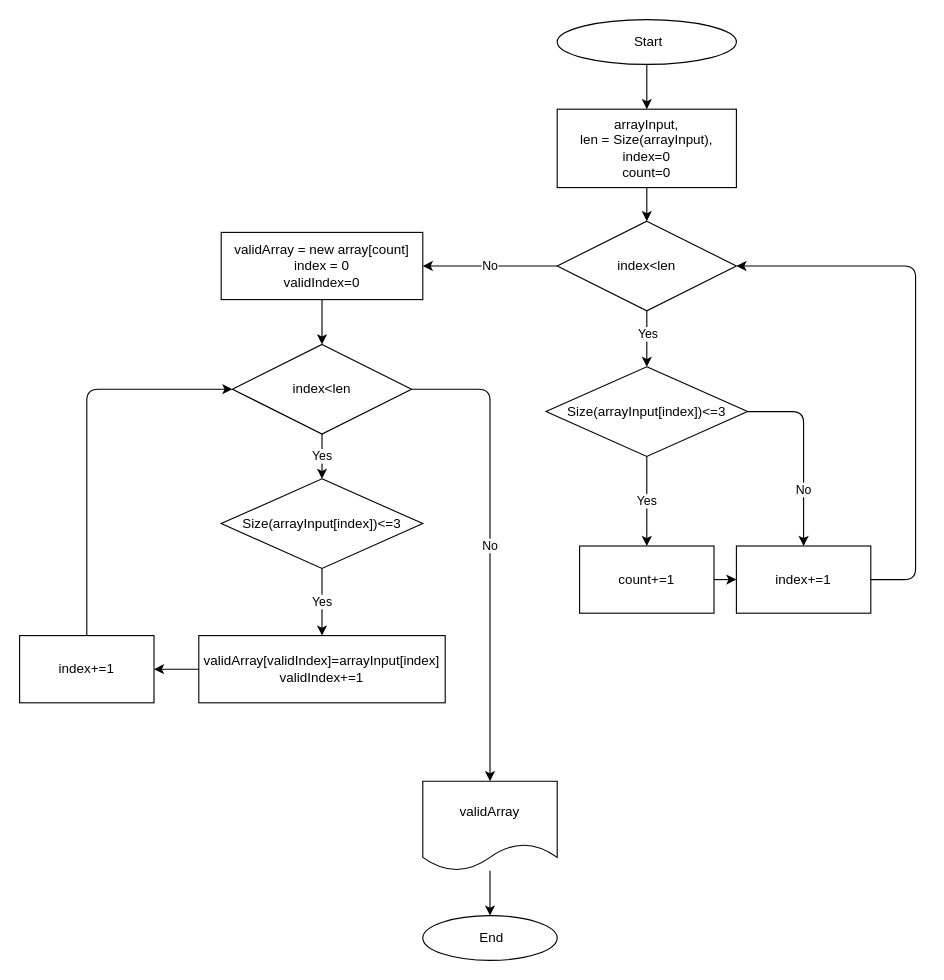
The draw.io diagram aI.drawio in AndreiFAS/Control-Work, before the edit. Source tidied: cells renumbered, new cells numbered last; positions are measured from the earlier drawing's top-left corner, leaving out a move shared by most shapes. Both pictures are drawn from the tidied source at 112%, with x=0, y=0 at pixel (19, 19).
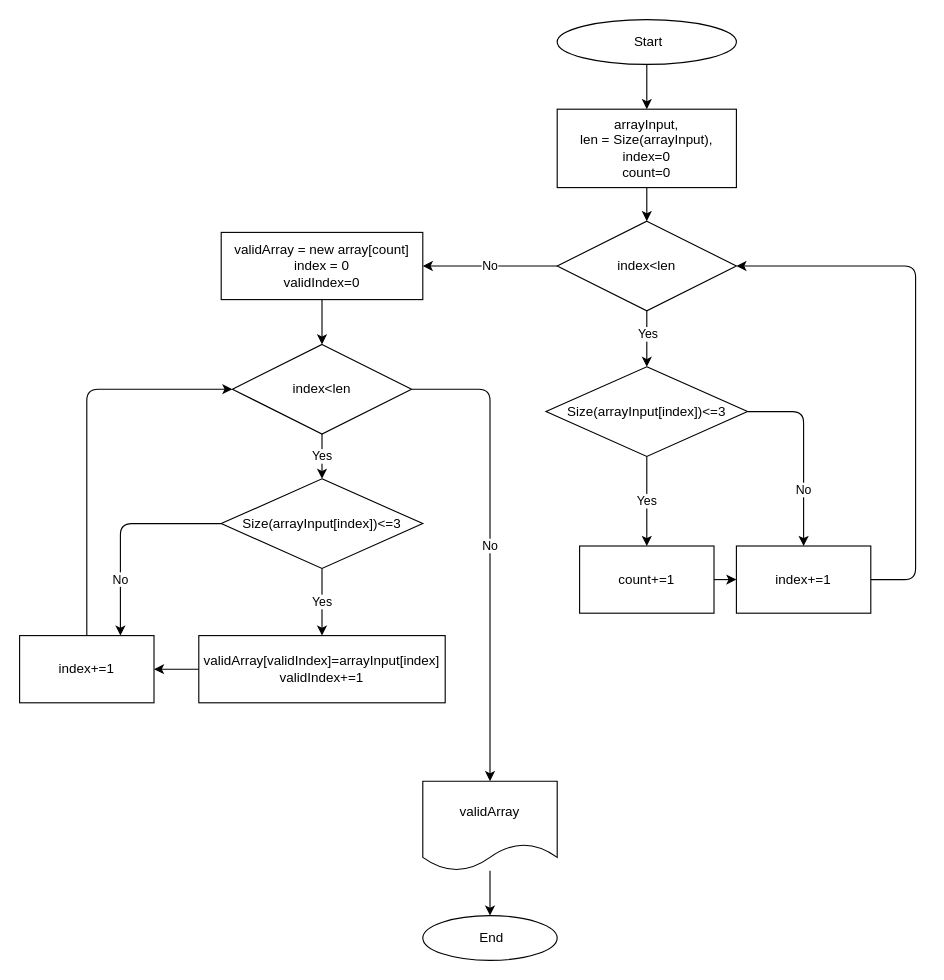
The same page after the edit.

The change refers to these unchanged cells:
```xml
<mxCell id="24" value="Size(arrayInput[index])&amp;lt;=3" style="rhombus;whiteSpace=wrap;html=1;" parent="1" vertex="1">
  <mxGeometry x="180" y="410" width="180" height="80" as="geometry" />
</mxCell>
<mxCell id="28" value="index+=1" style="whiteSpace=wrap;html=1;" parent="1" vertex="1">
  <mxGeometry y="550" width="120" height="60" as="geometry" />
</mxCell>
```

The edit, as a diff of the source:
```diff
@@
+    <mxCell id="31" value="No" style="edgeStyle=none;html=1;exitX=0;exitY=0.5;exitDx=0;exitDy=0;entryX=0.75;entryY=0;entryDx=0;entryDy=0;" parent="1" edge="1" source="24" target="28">
+      <mxGeometry x="0.47" relative="1" as="geometry">
+        <Array as="points">
+          <mxPoint x="90" y="450" />
+          <mxPoint x="90" y="520" />
+        </Array>
+      </mxGeometry>
+    </mxCell>
```
